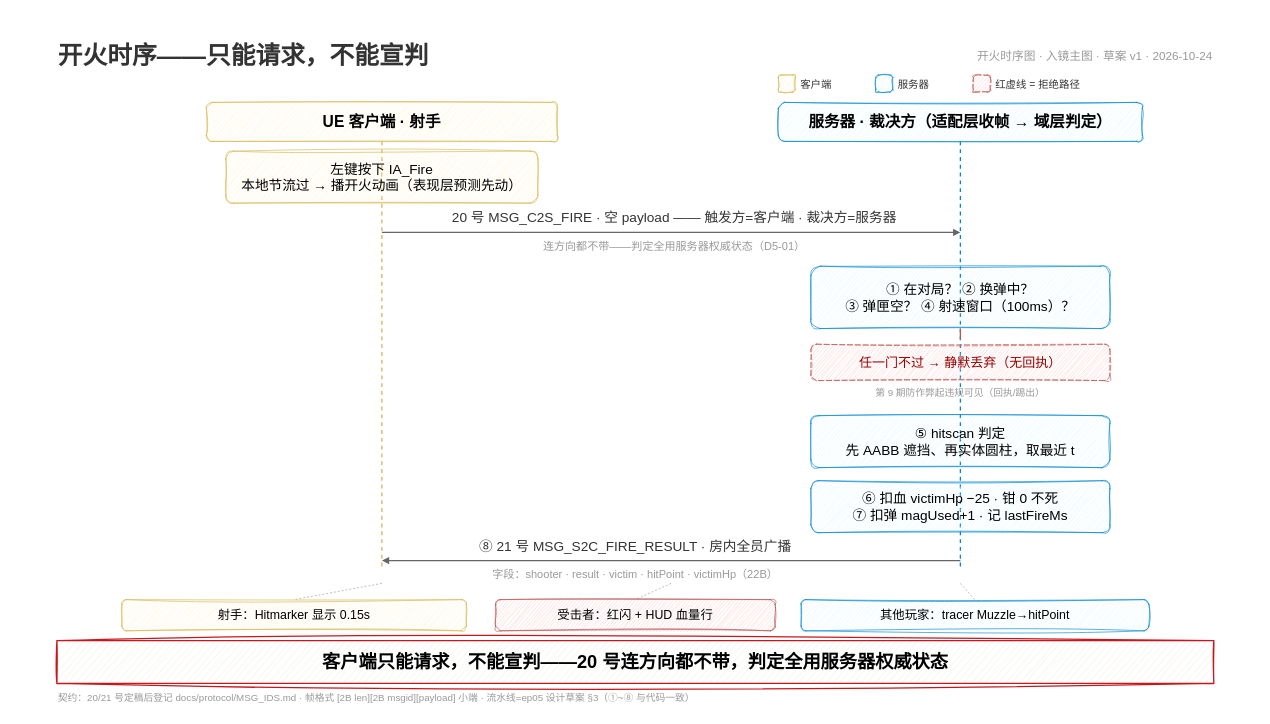
Above: docs/episodes/ep05/fire_sequence.drawio in x-PiXiu/Sightline (draw.io), before the change. Source tidied: cells renumbered, new cells numbered last; positions are measured from the earlier drawing's top-left corner, leaving out a move shared by most shapes. Both pictures are drawn from the tidied source at 65%, with x=0, y=0 at pixel (11, 11).
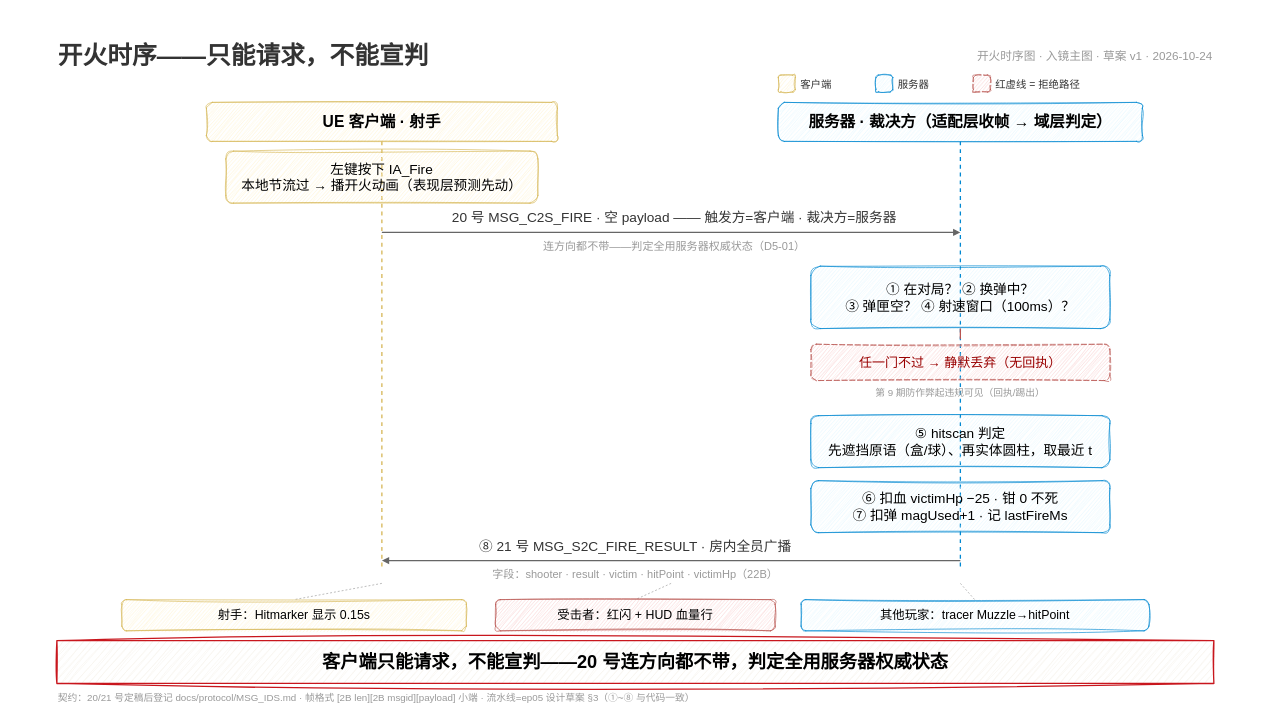
The same diagram, later.

The edit, as a diff of the source:
```diff
@@
-    <mxCell id="23" value="⑤ hitscan 判定&#10;先 AABB 遮挡、再实体圆柱，取最近 t" style="rounded=1;whiteSpace=wrap;fillColor=#e1f5fe;strokeColor=#0288d1;fontSize=21;sketch=1;curveFitting=1;jiggle=2;" parent="1" vertex="1">
+    <mxCell id="23" value="⑤ hitscan 判定&#10;先遮挡原语（盒/球）、再实体圆柱，取最近 t" style="rounded=1;whiteSpace=wrap;fillColor=#e1f5fe;strokeColor=#0288d1;fontSize=21;sketch=1;curveFitting=1;jiggle=2;" parent="1" vertex="1">
       <mxGeometry x="1230" y="622" width="460" height="80" as="geometry" />
     </mxCell>
```
